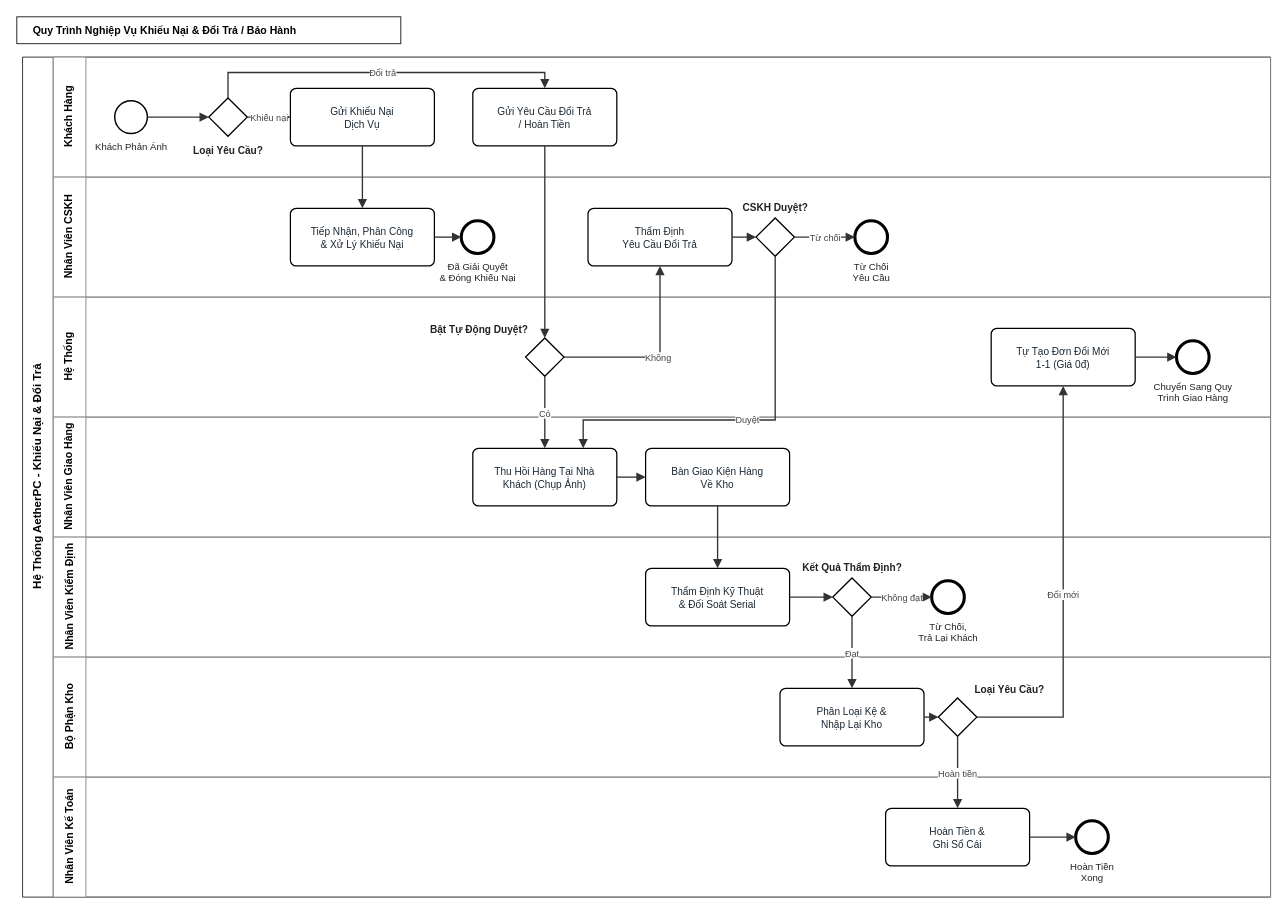
Before: docs/diagrams/bpmn/quy_trinh_doi_tra_bao_hanh.drawio in hoangmkid12/ERP_AetherPC, a draw.io diagram. Source tidied: cells renumbered, new cells numbered last; positions are measured from the earlier drawing's top-left corner, leaving out a move shared by most shapes. Both pictures are drawn from the tidied source at 96%, with x=0, y=0 at pixel (16, 16).
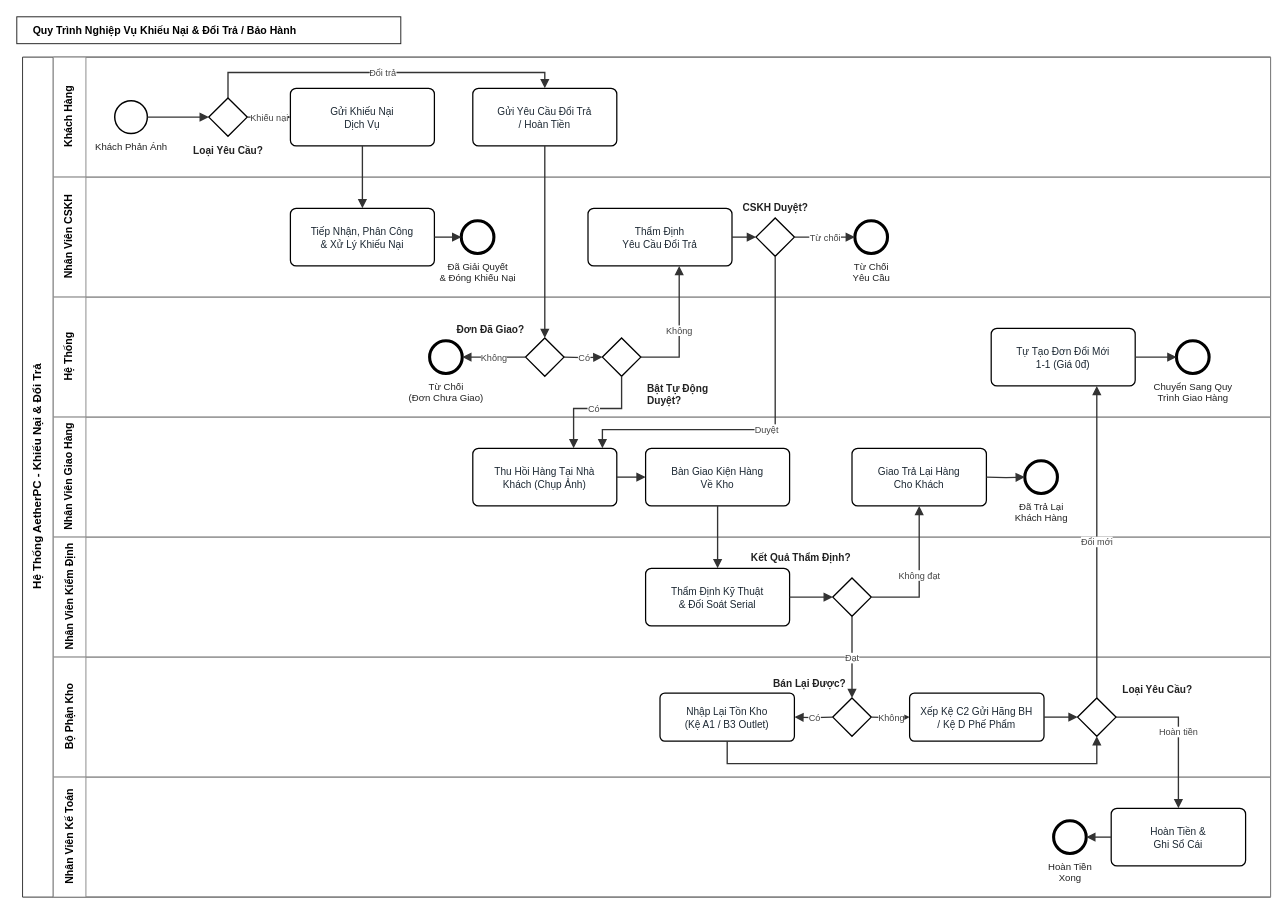
The same diagram, later.

Diff of the diagram source:
```diff
@@
+    <mxCell id="64" style="rhombus;whiteSpace=wrap;html=1;fillColor=#FFFFFF;strokeColor=#000000;strokeWidth=1.4;" parent="1" vertex="1">
+      <mxGeometry x="530" y="334.5" width="40" height="40" as="geometry" />
+    </mxCell>
+    <mxCell id="65" value="Đơn Đã Giao?" style="text;html=1;align=right;verticalAlign=bottom;strokeColor=none;fillColor=none;fontSize=10.5;fontStyle=1;fontColor=#222222;" parent="1" vertex="1">
+      <mxGeometry x="390" y="308.5" width="140" height="26" as="geometry" />
+    </mxCell>
+    <mxCell id="66" style="ellipse;whiteSpace=wrap;html=1;fillColor=#FFFFFF;strokeColor=#000000;strokeWidth=3.2;" parent="1" vertex="1">
+      <mxGeometry x="430" y="337.5" width="34" height="34" as="geometry" />
+    </mxCell>
+    <mxCell id="67" value="Từ Chối&lt;br/&gt;(Đơn Chưa Giao)" style="text;html=1;align=center;verticalAlign=top;strokeColor=none;fillColor=none;fontSize=10;fontColor=#222222;" parent="1" vertex="1">
+      <mxGeometry x="392" y="373" width="110" height="30" as="geometry" />
+    </mxCell>
     <mxCell id="20" style="rhombus;whiteSpace=wrap;html=1;fillColor=#FFFFFF;strokeColor=#000000;strokeWidth=1.4;" parent="1" vertex="1">
-      <mxGeometry x="530" y="334.5" width="40" height="40" as="geometry" />
+      <mxGeometry x="610" y="334.5" width="40" height="40" as="geometry" />
     </mxCell>
-    <mxCell id="21" value="Bật Tự Động Duyệt?" style="text;html=1;align=right;verticalAlign=bottom;strokeColor=none;fillColor=none;fontSize=10.5;fontStyle=1;fontColor=#222222;" parent="1" vertex="1">
-      <mxGeometry x="394" y="308.5" width="140" height="26" as="geometry" />
+    <mxCell id="21" value="Bật Tự Động&lt;br/&gt;Duyệt?" style="text;html=1;align=left;verticalAlign=top;strokeColor=none;fillColor=none;fontSize=10.5;fontStyle=1;fontColor=#222222;" parent="1" vertex="1">
+      <mxGeometry x="655" y="374" width="110" height="30" as="geometry" />
     </mxCell>
@@
+    <mxCell id="68" value="Giao Trả Lại Hàng&lt;br/&gt;Cho Khách" style="rounded=1;arcSize=10;whiteSpace=wrap;html=1;fillColor=#FFFFFF;strokeColor=#000000;strokeWidth=1.3;fontSize=10.5;fontColor=#1C2833;" parent="1" vertex="1">
+      <mxGeometry x="870" y="449.5" width="140" height="60" as="geometry" />
+    </mxCell>
+    <mxCell id="69" style="ellipse;whiteSpace=wrap;html=1;fillColor=#FFFFFF;strokeColor=#000000;strokeWidth=3.2;" parent="1" vertex="1">
+      <mxGeometry x="1050" y="462.5" width="34" height="34" as="geometry" />
+    </mxCell>
+    <mxCell id="70" value="Đã Trả Lại&lt;br/&gt;Khách Hàng" style="text;html=1;align=center;verticalAlign=top;strokeColor=none;fillColor=none;fontSize=10;fontColor=#222222;" parent="1" vertex="1">
+      <mxGeometry x="1022" y="498" width="90" height="30" as="geometry" />
+    </mxCell>
@@
-    <mxCell id="31" value="Kết Quả Thẩm Định?" style="text;html=1;align=center;verticalAlign=bottom;strokeColor=none;fillColor=none;fontSize=10.5;fontStyle=1;fontColor=#222222;" parent="1" vertex="1">
-      <mxGeometry x="800" y="556.5" width="140" height="26" as="geometry" />
+    <mxCell id="31" value="Kết Quả Thẩm Định?" style="text;html=1;align=right;verticalAlign=bottom;strokeColor=none;fillColor=none;fontSize=10.5;fontStyle=1;fontColor=#222222;" parent="1" vertex="1">
+      <mxGeometry x="730" y="546" width="140" height="26" as="geometry" />
     </mxCell>
-    <mxCell id="32" style="ellipse;whiteSpace=wrap;html=1;fillColor=#FFFFFF;strokeColor=#000000;strokeWidth=3.2;" parent="1" vertex="1">
-      <mxGeometry x="953" y="587.5" width="34" height="34" as="geometry" />
-    </mxCell>
-    <mxCell id="33" value="Từ Chối,&lt;br/&gt;Trả Lại Khách" style="text;html=1;align=center;verticalAlign=top;strokeColor=none;fillColor=none;fontSize=10;fontColor=#222222;" parent="1" vertex="1">
-      <mxGeometry x="915" y="623" width="110" height="30" as="geometry" />
-    </mxCell>
-    <mxCell id="34" value="Phân Loại Kệ &amp;amp;&lt;br/&gt;Nhập Lại Kho" style="rounded=1;arcSize=10;whiteSpace=wrap;html=1;fillColor=#FFFFFF;strokeColor=#000000;strokeWidth=1.3;fontSize=10.5;fontColor=#1C2833;" parent="1" vertex="1">
-      <mxGeometry x="795" y="699.5" width="150" height="60" as="geometry" />
-    </mxCell>
+    <mxCell id="71" style="rhombus;whiteSpace=wrap;html=1;fillColor=#FFFFFF;strokeColor=#000000;strokeWidth=1.4;" parent="1" vertex="1">
+      <mxGeometry x="850" y="709.5" width="40" height="40" as="geometry" />
+    </mxCell>
+    <mxCell id="72" value="Bán Lại Được?" style="text;html=1;align=right;verticalAlign=bottom;strokeColor=none;fillColor=none;fontSize=10.5;fontStyle=1;fontColor=#222222;" parent="1" vertex="1">
+      <mxGeometry x="725" y="678" width="140" height="26" as="geometry" />
+    </mxCell>
+    <mxCell id="73" value="Nhập Lại Tồn Kho&lt;br/&gt;(Kệ A1 / B3 Outlet)" style="rounded=1;arcSize=10;whiteSpace=wrap;html=1;fillColor=#FFFFFF;strokeColor=#000000;strokeWidth=1.3;fontSize=10.5;fontColor=#1C2833;" parent="1" vertex="1">
+      <mxGeometry x="670" y="704.5" width="140" height="50" as="geometry" />
+    </mxCell>
+    <mxCell id="74" value="Xếp Kệ C2 Gửi Hãng BH&lt;br/&gt;/ Kệ D Phế Phẩm" style="rounded=1;arcSize=10;whiteSpace=wrap;html=1;fillColor=#FFFFFF;strokeColor=#000000;strokeWidth=1.3;fontSize=10.5;fontColor=#1C2833;" parent="1" vertex="1">
+      <mxGeometry x="930" y="704.5" width="140" height="50" as="geometry" />
+    </mxCell>
     <mxCell id="35" style="rhombus;whiteSpace=wrap;html=1;fillColor=#FFFFFF;strokeColor=#000000;strokeWidth=1.4;" parent="1" vertex="1">
-      <mxGeometry x="960" y="709.5" width="40" height="40" as="geometry" />
+      <mxGeometry x="1105" y="709.5" width="40" height="40" as="geometry" />
     </mxCell>
     <mxCell id="36" value="Loại Yêu Cầu?" style="text;html=1;align=left;verticalAlign=bottom;strokeColor=none;fillColor=none;fontSize=10.5;fontStyle=1;fontColor=#222222;" parent="1" vertex="1">
-      <mxGeometry x="996" y="683.5" width="140" height="26" as="geometry" />
+      <mxGeometry x="1150" y="683.5" width="140" height="26" as="geometry" />
     </mxCell>
@@
     <mxCell id="40" value="Hoàn Tiền &amp;amp;&lt;br/&gt;Ghi Sổ Cái" style="rounded=1;arcSize=10;whiteSpace=wrap;html=1;fillColor=#FFFFFF;strokeColor=#000000;strokeWidth=1.3;fontSize=10.5;fontColor=#1C2833;" parent="1" vertex="1">
-      <mxGeometry x="905" y="824.5" width="150" height="60" as="geometry" />
+      <mxGeometry x="1140" y="824.5" width="140" height="60" as="geometry" />
     </mxCell>
     <mxCell id="41" style="ellipse;whiteSpace=wrap;html=1;fillColor=#FFFFFF;strokeColor=#000000;strokeWidth=3.2;" parent="1" vertex="1">
-      <mxGeometry x="1103" y="837.5" width="34" height="34" as="geometry" />
+      <mxGeometry x="1080" y="837.5" width="34" height="34" as="geometry" />
     </mxCell>
     <mxCell id="42" value="Hoàn Tiền&lt;br/&gt;Xong" style="text;html=1;align=center;verticalAlign=top;strokeColor=none;fillColor=none;fontSize=10;fontColor=#222222;" parent="1" vertex="1">
-      <mxGeometry x="1065" y="873" width="110" height="30" as="geometry" />
+      <mxGeometry x="1042" y="873" width="110" height="30" as="geometry" />
     </mxCell>
@@
+    <mxCell id="75" value="Không" style="edgeStyle=orthogonalEdgeStyle;rounded=0;orthogonalLoop=1;jettySize=auto;html=1;endArrow=block;endFill=1;strokeColor=#333333;strokeWidth=1.4;fontSize=9.5;fontColor=#444444;labelBackgroundColor=#FFFFFF;" parent="1" edge="1">
+      <mxGeometry relative="1" as="geometry">
+        <mxPoint x="530" y="354.5" as="sourcePoint" />
+        <mxPoint x="464" y="354.5" as="targetPoint" />
+      </mxGeometry>
+    </mxCell>
+    <mxCell id="76" value="Có" style="edgeStyle=orthogonalEdgeStyle;rounded=0;orthogonalLoop=1;jettySize=auto;html=1;endArrow=block;endFill=1;strokeColor=#333333;strokeWidth=1.4;fontSize=9.5;fontColor=#444444;labelBackgroundColor=#FFFFFF;" parent="1" edge="1">
+      <mxGeometry relative="1" as="geometry">
+        <mxPoint x="570" y="354.5" as="sourcePoint" />
+        <mxPoint x="610" y="354.5" as="targetPoint" />
+      </mxGeometry>
+    </mxCell>
     <mxCell id="49" value="Không" style="edgeStyle=orthogonalEdgeStyle;rounded=0;orthogonalLoop=1;jettySize=auto;html=1;endArrow=block;endFill=1;strokeColor=#333333;strokeWidth=1.4;fontSize=9.5;fontColor=#444444;labelBackgroundColor=#FFFFFF;" parent="1" edge="1">
       <mxGeometry relative="1" as="geometry">
-        <mxPoint x="570" y="354.5" as="sourcePoint" />
-        <mxPoint x="670" y="259.5" as="targetPoint" />
+        <mxPoint x="650" y="354.5" as="sourcePoint" />
+        <mxPoint x="690" y="259.5" as="targetPoint" />
         <Array as="points">
-          <mxPoint x="670" y="354.5" />
+          <mxPoint x="690" y="354.5" />
         </Array>
       </mxGeometry>
     </mxCell>
@@
     <mxCell id="52" value="Có" style="edgeStyle=orthogonalEdgeStyle;rounded=0;orthogonalLoop=1;jettySize=auto;html=1;endArrow=block;endFill=1;strokeColor=#333333;strokeWidth=1.4;fontSize=9.5;fontColor=#444444;labelBackgroundColor=#FFFFFF;" parent="1" edge="1">
       <mxGeometry relative="1" as="geometry">
-        <mxPoint x="550" y="374.5" as="sourcePoint" />
-        <mxPoint x="550" y="449.5" as="targetPoint" />
+        <mxPoint x="630" y="374.5" as="sourcePoint" />
+        <mxPoint x="580" y="449.5" as="targetPoint" />
+        <Array as="points">
+          <mxPoint x="630" y="408" />
+          <mxPoint x="580" y="408" />
+        </Array>
       </mxGeometry>
     </mxCell>
     <mxCell id="53" value="Duyệt" style="edgeStyle=orthogonalEdgeStyle;rounded=0;orthogonalLoop=1;jettySize=auto;html=1;endArrow=block;endFill=1;strokeColor=#333333;strokeWidth=1.4;fontSize=9.5;fontColor=#444444;labelBackgroundColor=#FFFFFF;" parent="1" edge="1">
       <mxGeometry relative="1" as="geometry">
         <mxPoint x="790" y="249.5" as="sourcePoint" />
-        <mxPoint x="590" y="449.5" as="targetPoint" />
+        <mxPoint x="610" y="449.5" as="targetPoint" />
         <Array as="points">
-          <mxPoint x="790" y="420" />
-          <mxPoint x="590" y="420" />
+          <mxPoint x="790" y="430" />
+          <mxPoint x="610" y="430" />
         </Array>
       </mxGeometry>
     </mxCell>
@@
     <mxCell id="57" value="Không đạt" style="edgeStyle=orthogonalEdgeStyle;rounded=0;orthogonalLoop=1;jettySize=auto;html=1;endArrow=block;endFill=1;strokeColor=#333333;strokeWidth=1.4;fontSize=9.5;fontColor=#444444;labelBackgroundColor=#FFFFFF;" parent="1" edge="1">
       <mxGeometry relative="1" as="geometry">
         <mxPoint x="890" y="604.5" as="sourcePoint" />
-        <mxPoint x="953" y="604.5" as="targetPoint" />
+        <mxPoint x="940" y="509.5" as="targetPoint" />
+        <Array as="points">
+          <mxPoint x="940" y="604.5" />
+        </Array>
       </mxGeometry>
     </mxCell>
+    <mxCell id="77" style="edgeStyle=orthogonalEdgeStyle;rounded=0;orthogonalLoop=1;jettySize=auto;html=1;endArrow=block;endFill=1;strokeColor=#333333;strokeWidth=1.4;fontSize=9.5;fontColor=#444444;labelBackgroundColor=#FFFFFF;" parent="1" edge="1">
+      <mxGeometry relative="1" as="geometry">
+        <mxPoint x="1010" y="479.5" as="sourcePoint" />
+        <mxPoint x="1050" y="479.5" as="targetPoint" />
+      </mxGeometry>
+    </mxCell>
     <mxCell id="58" value="Đạt" style="edgeStyle=orthogonalEdgeStyle;rounded=0;orthogonalLoop=1;jettySize=auto;html=1;endArrow=block;endFill=1;strokeColor=#333333;strokeWidth=1.4;fontSize=9.5;fontColor=#444444;labelBackgroundColor=#FFFFFF;" parent="1" edge="1">
       <mxGeometry relative="1" as="geometry">
         <mxPoint x="870" y="624.5" as="sourcePoint" />
-        <mxPoint x="870" y="699.5" as="targetPoint" />
+        <mxPoint x="870" y="709.5" as="targetPoint" />
       </mxGeometry>
     </mxCell>
-    <mxCell id="59" style="edgeStyle=orthogonalEdgeStyle;rounded=0;orthogonalLoop=1;jettySize=auto;html=1;endArrow=block;endFill=1;strokeColor=#333333;strokeWidth=1.4;fontSize=9.5;fontColor=#444444;labelBackgroundColor=#FFFFFF;" parent="1" edge="1">
-      <mxGeometry relative="1" as="geometry">
-        <mxPoint x="945" y="729.5" as="sourcePoint" />
-        <mxPoint x="960" y="729.5" as="targetPoint" />
-      </mxGeometry>
-    </mxCell>
+    <mxCell id="78" value="Có" style="edgeStyle=orthogonalEdgeStyle;rounded=0;orthogonalLoop=1;jettySize=auto;html=1;endArrow=block;endFill=1;strokeColor=#333333;strokeWidth=1.4;fontSize=9.5;fontColor=#444444;labelBackgroundColor=#FFFFFF;" parent="1" edge="1">
+      <mxGeometry relative="1" as="geometry">
+        <mxPoint x="850" y="729.5" as="sourcePoint" />
+        <mxPoint x="810" y="729.5" as="targetPoint" />
+      </mxGeometry>
+    </mxCell>
+    <mxCell id="79" value="Không" style="edgeStyle=orthogonalEdgeStyle;rounded=0;orthogonalLoop=1;jettySize=auto;html=1;endArrow=block;endFill=1;strokeColor=#333333;strokeWidth=1.4;fontSize=9.5;fontColor=#444444;labelBackgroundColor=#FFFFFF;" parent="1" edge="1">
+      <mxGeometry relative="1" as="geometry">
+        <mxPoint x="890" y="729.5" as="sourcePoint" />
+        <mxPoint x="930" y="729.5" as="targetPoint" />
+      </mxGeometry>
+    </mxCell>
+    <mxCell id="80" style="edgeStyle=orthogonalEdgeStyle;rounded=0;orthogonalLoop=1;jettySize=auto;html=1;endArrow=block;endFill=1;strokeColor=#333333;strokeWidth=1.4;fontSize=9.5;fontColor=#444444;labelBackgroundColor=#FFFFFF;" parent="1" edge="1">
+      <mxGeometry relative="1" as="geometry">
+        <mxPoint x="740" y="754.5" as="sourcePoint" />
+        <mxPoint x="1125" y="749.5" as="targetPoint" />
+        <Array as="points">
+          <mxPoint x="740" y="778" />
+          <mxPoint x="1125" y="778" />
+        </Array>
+      </mxGeometry>
+    </mxCell>
+    <mxCell id="81" style="edgeStyle=orthogonalEdgeStyle;rounded=0;orthogonalLoop=1;jettySize=auto;html=1;endArrow=block;endFill=1;strokeColor=#333333;strokeWidth=1.4;fontSize=9.5;fontColor=#444444;labelBackgroundColor=#FFFFFF;" parent="1" edge="1">
+      <mxGeometry relative="1" as="geometry">
+        <mxPoint x="1070" y="729.5" as="sourcePoint" />
+        <mxPoint x="1105" y="729.5" as="targetPoint" />
+      </mxGeometry>
+    </mxCell>
     <mxCell id="60" value="Đổi mới" style="edgeStyle=orthogonalEdgeStyle;rounded=0;orthogonalLoop=1;jettySize=auto;html=1;endArrow=block;endFill=1;strokeColor=#333333;strokeWidth=1.4;fontSize=9.5;fontColor=#444444;labelBackgroundColor=#FFFFFF;" parent="1" edge="1">
       <mxGeometry relative="1" as="geometry">
-        <mxPoint x="1000" y="729.5" as="sourcePoint" />
-        <mxPoint x="1090" y="384.5" as="targetPoint" />
-        <Array as="points">
-          <mxPoint x="1090" y="729.5" />
-        </Array>
+        <mxPoint x="1125" y="709.5" as="sourcePoint" />
+        <mxPoint x="1125" y="384.5" as="targetPoint" />
       </mxGeometry>
     </mxCell>
@@
     <mxCell id="62" value="Hoàn tiền" style="edgeStyle=orthogonalEdgeStyle;rounded=0;orthogonalLoop=1;jettySize=auto;html=1;endArrow=block;endFill=1;strokeColor=#333333;strokeWidth=1.4;fontSize=9.5;fontColor=#444444;labelBackgroundColor=#FFFFFF;" parent="1" edge="1">
       <mxGeometry relative="1" as="geometry">
-        <mxPoint x="980" y="749.5" as="sourcePoint" />
-        <mxPoint x="980" y="824.5" as="targetPoint" />
+        <mxPoint x="1145" y="729.5" as="sourcePoint" />
+        <mxPoint x="1210" y="824.5" as="targetPoint" />
+        <Array as="points">
+          <mxPoint x="1210" y="729.5" />
+        </Array>
       </mxGeometry>
     </mxCell>
     <mxCell id="63" style="edgeStyle=orthogonalEdgeStyle;rounded=0;orthogonalLoop=1;jettySize=auto;html=1;endArrow=block;endFill=1;strokeColor=#333333;strokeWidth=1.4;fontSize=9.5;fontColor=#444444;labelBackgroundColor=#FFFFFF;" parent="1" edge="1">
       <mxGeometry relative="1" as="geometry">
-        <mxPoint x="1055" y="854.5" as="sourcePoint" />
-        <mxPoint x="1103" y="854.5" as="targetPoint" />
+        <mxPoint x="1140" y="854.5" as="sourcePoint" />
+        <mxPoint x="1114" y="854.5" as="targetPoint" />
       </mxGeometry>
     </mxCell>
```
